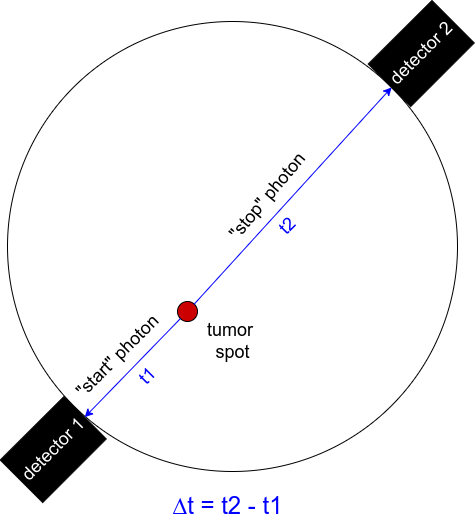
Earlier version of the draw.io export 1.Introduction/images/pet.png (mconsonni96/Tesi). Source tidied: cells renumbered, new cells last; positions are measured from the earlier drawing's top-left corner, leaving out a move shared by most shapes.
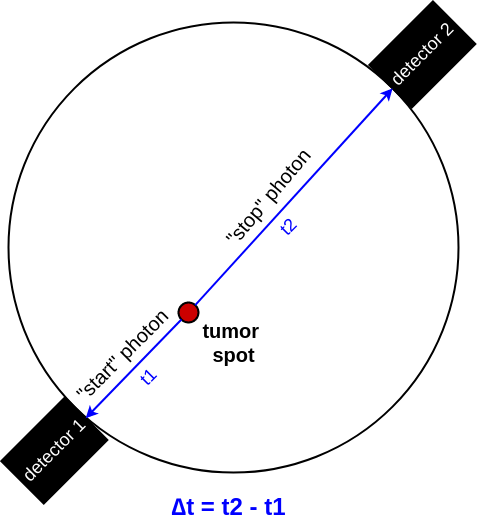
Above is the later version.

What changed in the source:
```diff
@@ -2,41 +2,41 @@
   <root>
     <mxCell id="0" />
     <mxCell id="1" parent="0" />
-    <mxCell id="2" style="ellipse;whiteSpace=wrap;html=1;" parent="1" vertex="1">
+    <mxCell id="2" style="ellipse;whiteSpace=wrap;html=1;strokeWidth=2;" parent="1" vertex="1">
       <mxGeometry width="450" height="450" as="geometry" />
     </mxCell>
-    <mxCell id="3" style="ellipse;whiteSpace=wrap;html=1;fillColor=#CC0000;" parent="1" vertex="1">
+    <mxCell id="3" style="ellipse;whiteSpace=wrap;html=1;fillColor=#CC0000;strokeWidth=2;" parent="1" vertex="1">
       <mxGeometry x="170" y="280" width="20" height="20" as="geometry" />
     </mxCell>
-    <mxCell id="4" value="&lt;font style=&quot;font-size: 18px&quot;&gt;tumor&amp;nbsp;&lt;br&gt;spot&lt;/font&gt;" style="text;html=1;align=center;verticalAlign=middle;fillColor=none;strokeColor=none;rounded=0;" parent="1" vertex="1">
-      <mxGeometry x="190" y="300" width="70" height="40" as="geometry" />
+    <mxCell id="4" value="&lt;font style=&quot;font-size: 20px&quot;&gt;&lt;b&gt;tumor&amp;nbsp;&lt;br&gt;spot&lt;/b&gt;&lt;/font&gt;" style="text;html=1;align=center;verticalAlign=middle;fillColor=none;strokeColor=none;rounded=0;" parent="1" vertex="1">
+      <mxGeometry x="185" y="300" width="80" height="40" as="geometry" />
     </mxCell>
-    <mxCell id="5" value="&lt;font color=&quot;#ffffff&quot;&gt;detector 1&lt;/font&gt;" style="whiteSpace=wrap;html=1;fontSize=18;fillColor=#000000;rotation=-45;" parent="1" vertex="1">
+    <mxCell id="5" value="&lt;font color=&quot;#ffffff&quot;&gt;detector 1&lt;/font&gt;" style="whiteSpace=wrap;html=1;fontSize=18;fillColor=#000000;rotation=-45;strokeWidth=2;" parent="1" vertex="1">
       <mxGeometry x="0.9" y="398" width="90" height="60" as="geometry" />
     </mxCell>
+    <mxCell id="14" value="&lt;font color=&quot;#ffffff&quot;&gt;detector 2&lt;/font&gt;" style="whiteSpace=wrap;html=1;fontSize=18;fillColor=#000000;rotation=-45;strokeWidth=2;" parent="1" vertex="1">
+      <mxGeometry x="368.9" y="2" width="90" height="60" as="geometry" />
+    </mxCell>
-    <mxCell id="6" value="&lt;font color=&quot;#ffffff&quot;&gt;detector 2&lt;/font&gt;" style="whiteSpace=wrap;html=1;fontSize=18;fillColor=#000000;rotation=-45;" parent="1" vertex="1">
-      <mxGeometry x="368.9" y="2" width="90" height="60" as="geometry" />
+    <mxCell id="6" style="endArrow=classic;html=1;fontSize=18;entryX=1;entryY=0;entryDx=0;entryDy=0;strokeColor=#0000FF;strokeWidth=2;" parent="1" edge="1" source="3" target="2">
+      <mxGeometry relative="1" as="geometry" />
     </mxCell>
+    <mxCell id="15" style="endArrow=classic;html=1;fontSize=18;strokeColor=#0000FF;exitX=0;exitY=1;exitDx=0;exitDy=0;strokeWidth=2;" parent="1" edge="1" source="3" target="5">
+      <mxGeometry relative="1" as="geometry" />
+    </mxCell>
-    <mxCell id="7" style="endArrow=classic;html=1;fontSize=18;entryX=1;entryY=0;entryDx=0;entryDy=0;strokeColor=#0000FF;" parent="1" edge="1" source="3" target="2">
-      <mxGeometry relative="1" as="geometry" />
+    <mxCell id="7" value="&lt;font style=&quot;font-size: 20px&quot;&gt;&quot;start&quot; photon&lt;/font&gt;" style="text;html=1;align=center;verticalAlign=middle;fillColor=none;strokeColor=none;rounded=0;fontSize=18;rotation=-45;" parent="1" vertex="1">
+      <mxGeometry x="44" y="318" width="140" height="30" as="geometry" />
     </mxCell>
-    <mxCell id="8" style="endArrow=classic;html=1;fontSize=18;strokeColor=#0000FF;exitX=0;exitY=1;exitDx=0;exitDy=0;" parent="1" edge="1" source="3" target="5">
-      <mxGeometry relative="1" as="geometry" />
+    <mxCell id="8" value="&lt;font style=&quot;font-size: 20px&quot;&gt;&quot;stop&quot; photon&lt;/font&gt;" style="text;html=1;align=center;verticalAlign=middle;fillColor=none;strokeColor=none;rounded=0;fontSize=18;rotation=-50;" parent="1" vertex="1">
+      <mxGeometry x="195" y="160" width="130" height="30" as="geometry" />
     </mxCell>
-    <mxCell id="9" value="&quot;start&quot; photon" style="text;html=1;align=center;verticalAlign=middle;fillColor=none;strokeColor=none;rounded=0;fontSize=18;rotation=-45;" parent="1" vertex="1">
-      <mxGeometry x="50" y="320" width="120" height="30" as="geometry" />
+    <mxCell id="9" value="&lt;font color=&quot;#0000ff&quot;&gt;t1&lt;/font&gt;" style="text;html=1;align=center;verticalAlign=middle;fillColor=none;strokeColor=none;rounded=0;fontSize=18;rotation=-45;" parent="1" vertex="1">
+      <mxGeometry x="125" y="340" width="30" height="30" as="geometry" />
     </mxCell>
-    <mxCell id="10" value="&quot;stop&quot; photon" style="text;html=1;align=center;verticalAlign=middle;fillColor=none;strokeColor=none;rounded=0;fontSize=18;rotation=-50;" parent="1" vertex="1">
-      <mxGeometry x="200" y="160" width="120" height="30" as="geometry" />
+    <mxCell id="10" value="&lt;font color=&quot;#0000ff&quot;&gt;t2&lt;/font&gt;" style="text;html=1;align=center;verticalAlign=middle;fillColor=none;strokeColor=none;rounded=0;fontSize=18;rotation=-45;" parent="1" vertex="1">
+      <mxGeometry x="265" y="190" width="30" height="30" as="geometry" />
     </mxCell>
-    <mxCell id="11" value="&lt;font color=&quot;#0000ff&quot;&gt;t1&lt;/font&gt;" style="text;html=1;align=center;verticalAlign=middle;fillColor=none;strokeColor=none;rounded=0;fontSize=18;rotation=-45;" parent="1" vertex="1">
-      <mxGeometry x="125" y="340" width="30" height="30" as="geometry" />
+    <mxCell id="11" value="&lt;font style=&quot;font-size: 24px&quot; color=&quot;#0000ff&quot;&gt;&lt;b&gt;∆t = t2 - t1&lt;/b&gt;&lt;/font&gt;" style="text;html=1;align=center;verticalAlign=middle;fillColor=none;strokeColor=none;rounded=0;fontSize=18;fontColor=#00FF00;" parent="1" vertex="1">
+      <mxGeometry x="155" y="470" width="130" height="30" as="geometry" />
     </mxCell>
-    <mxCell id="12" value="&lt;font color=&quot;#0000ff&quot;&gt;t2&lt;/font&gt;" style="text;html=1;align=center;verticalAlign=middle;fillColor=none;strokeColor=none;rounded=0;fontSize=18;rotation=-45;" parent="1" vertex="1">
-      <mxGeometry x="265" y="190" width="30" height="30" as="geometry" />
-    </mxCell>
-    <mxCell id="13" value="&lt;font style=&quot;font-size: 24px&quot; color=&quot;#0000ff&quot;&gt;∆t = t2 - t1&lt;/font&gt;" style="text;html=1;align=center;verticalAlign=middle;fillColor=none;strokeColor=none;rounded=0;fontSize=18;fontColor=#00FF00;" parent="1" vertex="1">
-      <mxGeometry x="155" y="470" width="130" height="30" as="geometry" />
-    </mxCell>
   </root>
 </mxGraphModel>
```
